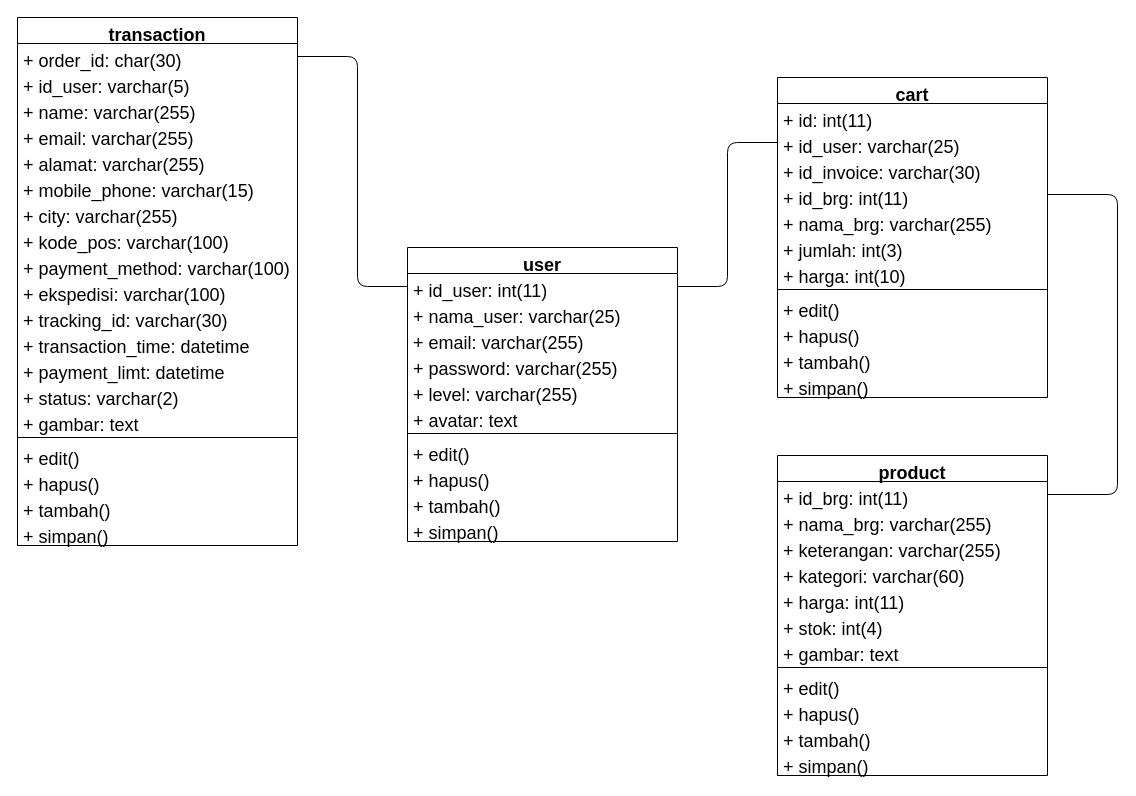
The draw.io diagram page "CD" (2 of 21) of SKRIPSI ADITYA HIDAYATULLAH/ARSIP/FILE MASTER DESAIN/DESAIN DIAGRAM ADTYA HIDAYATULLAH.drawio in Khairul122/JK-WebEcommerce-ED, before the edit. Source tidied: cells renumbered, new cells numbered last; positions are measured from the earlier drawing's top-left corner, leaving out a move shared by most shapes. Both pictures are drawn from the tidied source at 100%, with x=0, y=0 at pixel (17, 17).
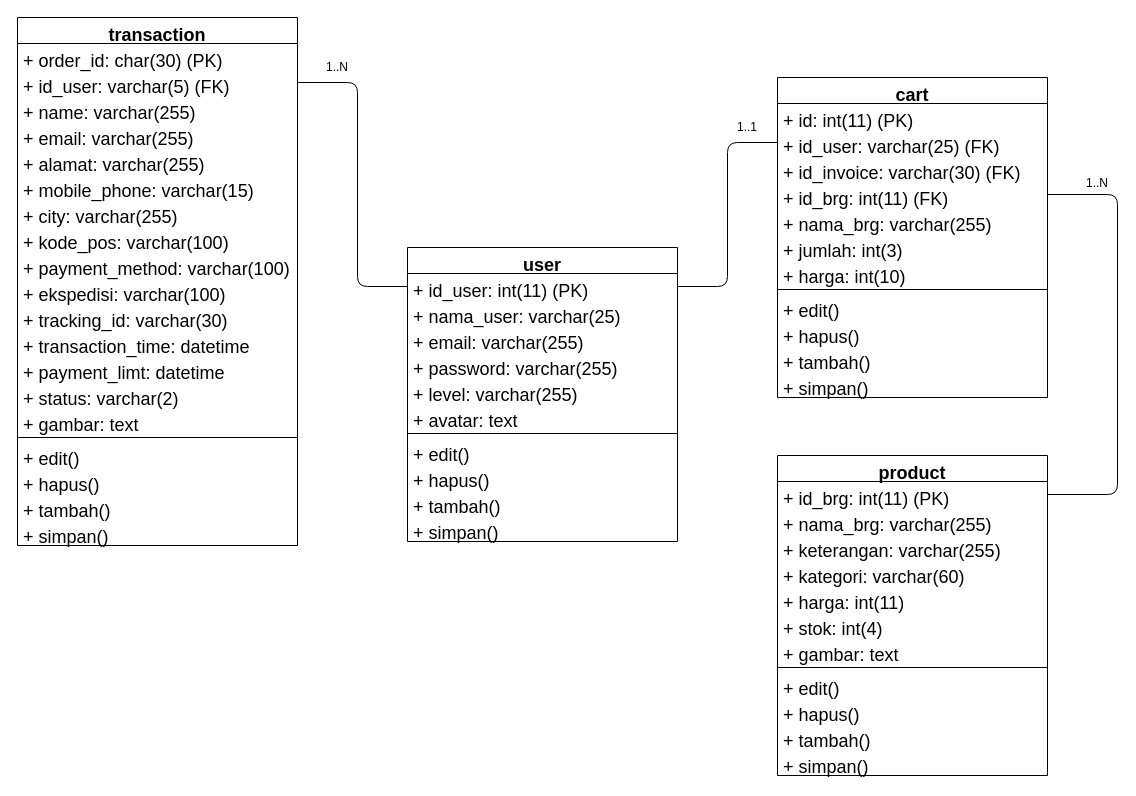
Above is the later version.

Unchanged cells that the change refers to:
```xml
<mxCell id="2" value="cart" style="swimlane;fontStyle=1;align=center;verticalAlign=top;horizontal=1;startSize=26;fontSize=18;" parent="1" vertex="1">
  <mxGeometry x="760" y="60" width="270" height="320" as="geometry" />
</mxCell>
<mxCell id="15" value="product" style="swimlane;fontStyle=1;align=center;verticalAlign=top;horizontal=1;startSize=26;fontSize=18;" parent="1" vertex="1">
  <mxGeometry x="760" y="438" width="270" height="320" as="geometry" />
</mxCell>
<mxCell id="28" value="transaction" style="swimlane;fontStyle=1;align=center;verticalAlign=top;horizontal=1;startSize=26;fontSize=18;" parent="1" vertex="1">
  <mxGeometry width="280" height="528" as="geometry" />
</mxCell>
<mxCell id="49" value="user" style="swimlane;fontStyle=1;align=center;verticalAlign=top;horizontal=1;startSize=26;fontSize=18;" parent="1" vertex="1">
  <mxGeometry x="390" y="230" width="270" height="294" as="geometry" />
</mxCell>
```

Diff of the diagram source:
```diff
@@
-    <mxCell id="3" value="+ id: int(11)" style="text;align=left;verticalAlign=top;spacingLeft=4;spacingRight=4;overflow=hidden;fontSize=18;" parent="2" vertex="1">
+    <mxCell id="3" value="+ id: int(11) (PK)" style="text;align=left;verticalAlign=top;spacingLeft=4;spacingRight=4;overflow=hidden;fontSize=18;" parent="2" vertex="1">
       <mxGeometry y="26" width="270" height="26" as="geometry" />
     </mxCell>
-    <mxCell id="4" value="+ id_user: varchar(25)" style="text;align=left;verticalAlign=top;spacingLeft=4;spacingRight=4;overflow=hidden;points=[[0,0.5],[1,0.5]];portConstraint=eastwest;fontSize=18;" parent="2" vertex="1">
+    <mxCell id="4" value="+ id_user: varchar(25) (FK)" style="text;align=left;verticalAlign=top;spacingLeft=4;spacingRight=4;overflow=hidden;points=[[0,0.5],[1,0.5]];portConstraint=eastwest;fontSize=18;" parent="2" vertex="1">
       <mxGeometry y="52" width="270" height="26" as="geometry" />
     </mxCell>
-    <mxCell id="5" value="+ id_invoice: varchar(30)" style="text;align=left;verticalAlign=top;spacingLeft=4;spacingRight=4;overflow=hidden;fontSize=18;" parent="2" vertex="1">
+    <mxCell id="5" value="+ id_invoice: varchar(30) (FK)" style="text;align=left;verticalAlign=top;spacingLeft=4;spacingRight=4;overflow=hidden;fontSize=18;" parent="2" vertex="1">
       <mxGeometry y="78" width="270" height="26" as="geometry" />
     </mxCell>
-    <mxCell id="6" value="+ id_brg: int(11)" style="text;align=left;verticalAlign=top;spacingLeft=4;spacingRight=4;overflow=hidden;points=[[0,0.5],[1,0.5]];portConstraint=eastwest;fontSize=18;" parent="2" vertex="1">
+    <mxCell id="6" value="+ id_brg: int(11) (FK)" style="text;align=left;verticalAlign=top;spacingLeft=4;spacingRight=4;overflow=hidden;points=[[0,0.5],[1,0.5]];portConstraint=eastwest;fontSize=18;" parent="2" vertex="1">
       <mxGeometry y="104" width="270" height="26" as="geometry" />
     </mxCell>
@@
-    <mxCell id="16" value="+ id_brg: int(11)" style="text;align=left;verticalAlign=top;spacingLeft=4;spacingRight=4;overflow=hidden;points=[[0,0.5],[1,0.5]];portConstraint=eastwest;fontSize=18;" parent="15" vertex="1">
+    <mxCell id="16" value="+ id_brg: int(11) (PK)" style="text;align=left;verticalAlign=top;spacingLeft=4;spacingRight=4;overflow=hidden;points=[[0,0.5],[1,0.5]];portConstraint=eastwest;fontSize=18;" parent="15" vertex="1">
       <mxGeometry y="26" width="270" height="26" as="geometry" />
     </mxCell>
@@
-    <mxCell id="29" value="+ order_id: char(30)" style="text;align=left;verticalAlign=top;spacingLeft=4;spacingRight=4;overflow=hidden;points=[[0,0.5],[1,0.5]];portConstraint=eastwest;fontSize=18;" parent="28" vertex="1">
+    <mxCell id="29" value="+ order_id: char(30) (PK)" style="text;align=left;verticalAlign=top;spacingLeft=4;spacingRight=4;overflow=hidden;points=[[0,0.5],[1,0.5]];portConstraint=eastwest;fontSize=18;" parent="28" vertex="1">
       <mxGeometry y="26" width="280" height="26" as="geometry" />
     </mxCell>
-    <mxCell id="30" value="+ id_user: varchar(5)" style="text;align=left;verticalAlign=top;spacingLeft=4;spacingRight=4;overflow=hidden;points=[[0,0.5],[1,0.5]];portConstraint=eastwest;fontSize=18;" parent="28" vertex="1">
+    <mxCell id="30" value="+ id_user: varchar(5) (FK)" style="text;align=left;verticalAlign=top;spacingLeft=4;spacingRight=4;overflow=hidden;points=[[0,0.5],[1,0.5]];portConstraint=eastwest;fontSize=18;" parent="28" vertex="1">
       <mxGeometry y="52" width="280" height="26" as="geometry" />
     </mxCell>
@@
-    <mxCell id="50" value="+ id_user: int(11)" style="text;align=left;verticalAlign=top;spacingLeft=4;spacingRight=4;overflow=hidden;points=[[0,0.5],[1,0.5]];portConstraint=eastwest;fontSize=18;" parent="49" vertex="1">
+    <mxCell id="50" value="+ id_user: int(11) (PK)" style="text;align=left;verticalAlign=top;spacingLeft=4;spacingRight=4;overflow=hidden;points=[[0,0.5],[1,0.5]];portConstraint=eastwest;fontSize=18;" parent="49" vertex="1">
       <mxGeometry y="26" width="270" height="26" as="geometry" />
     </mxCell>
@@
-    <mxCell id="63" style="endArrow=none;html=1;fontSize=14;exitX=1;exitY=0.5;exitDx=0;exitDy=0;entryX=0;entryY=0.5;entryDx=0;entryDy=0;" parent="1" edge="1" source="29" target="50">
+    <mxCell id="63" style="endArrow=none;html=1;fontSize=14;exitX=1;exitY=0.5;exitDx=0;exitDy=0;entryX=0;entryY=0.5;entryDx=0;entryDy=0;" parent="1" edge="1" source="30" target="50">
       <mxGeometry relative="1" as="geometry">
         <Array as="points">
-          <mxPoint x="340" y="39" />
+          <mxPoint x="340" y="65" />
           <mxPoint x="340" y="269" />
         </Array>
       </mxGeometry>
     </mxCell>
+    <mxCell id="64" value="1..N" style="text;html=1;strokeColor=none;fillColor=none;align=center;verticalAlign=middle;whiteSpace=wrap;rounded=0;" parent="1" vertex="1">
+      <mxGeometry x="300" y="40" width="40" height="20" as="geometry" />
+    </mxCell>
+    <mxCell id="65" value="1..1" style="text;html=1;strokeColor=none;fillColor=none;align=center;verticalAlign=middle;whiteSpace=wrap;rounded=0;" parent="1" vertex="1">
+      <mxGeometry x="710" y="100" width="40" height="20" as="geometry" />
+    </mxCell>
+    <mxCell id="66" value="1..N" style="text;html=1;strokeColor=none;fillColor=none;align=center;verticalAlign=middle;whiteSpace=wrap;rounded=0;" parent="1" vertex="1">
+      <mxGeometry x="1060" y="156" width="40" height="20" as="geometry" />
+    </mxCell>
```
